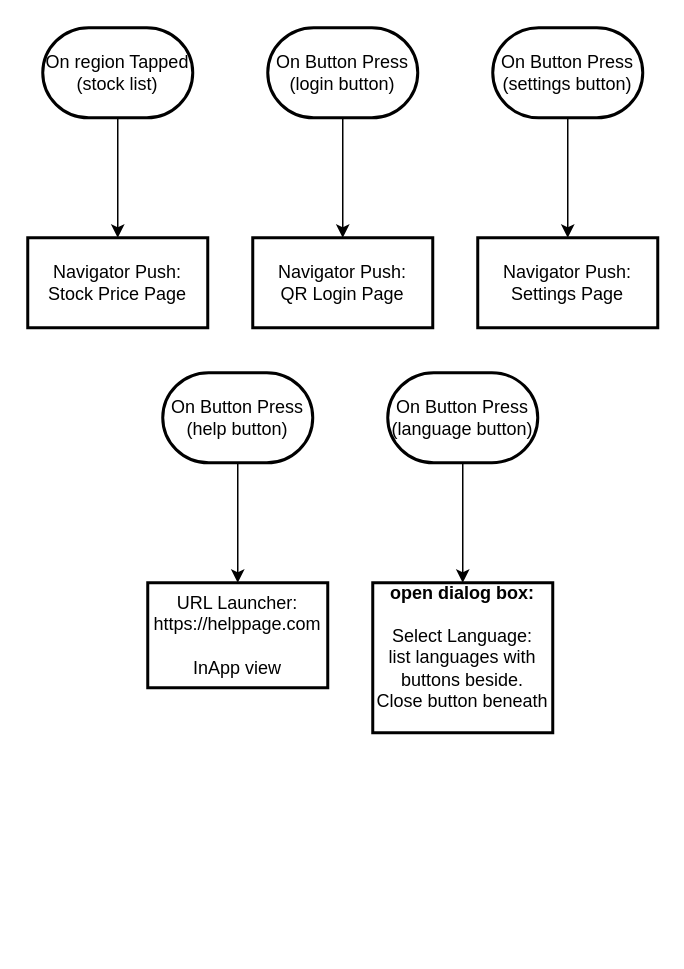
Above: standby-page-buttons-flowchart.drawio in 19MAsciamprener/compSci-NEA-repo (draw.io), before the change. Source tidied: cells renumbered, new cells numbered last; positions are measured from the earlier drawing's top-left corner, leaving out a move shared by most shapes. Both pictures are drawn from the tidied source at 150%, with x=0, y=0 at pixel (27, 27).
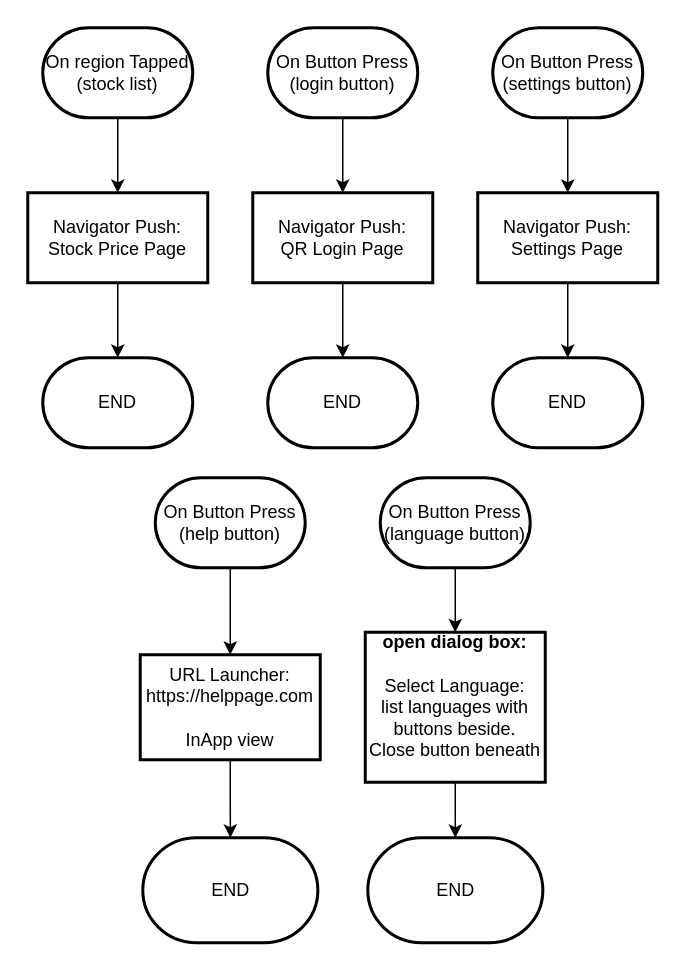
The same diagram, later.

Diff of the diagram source:
```diff
@@
     <mxCell id="4" value="Navigator Push:&lt;div&gt;Stock Price Page&lt;/div&gt;" style="whiteSpace=wrap;html=1;strokeWidth=2;" parent="1" vertex="1">
-      <mxGeometry y="140" width="120" height="60" as="geometry" />
+      <mxGeometry y="110" width="120" height="60" as="geometry" />
     </mxCell>
@@
     <mxCell id="7" value="Navigator Push:&lt;div&gt;QR Login Page&lt;/div&gt;" style="whiteSpace=wrap;html=1;strokeWidth=2;" parent="1" vertex="1">
-      <mxGeometry x="150" y="140" width="120" height="60" as="geometry" />
+      <mxGeometry x="150" y="110" width="120" height="60" as="geometry" />
     </mxCell>
@@
     <mxCell id="10" value="Navigator Push:&lt;div&gt;Settings Page&lt;/div&gt;" style="whiteSpace=wrap;html=1;strokeWidth=2;" parent="1" vertex="1">
-      <mxGeometry x="300" y="140" width="120" height="60" as="geometry" />
+      <mxGeometry x="300" y="110" width="120" height="60" as="geometry" />
     </mxCell>
@@
     <mxCell id="12" value="On Button Press&lt;br&gt;(help button)" style="strokeWidth=2;html=1;shape=mxgraph.flowchart.terminator;whiteSpace=wrap;" parent="1" vertex="1">
-      <mxGeometry x="90" y="230" width="100" height="60" as="geometry" />
+      <mxGeometry x="85" y="300" width="100" height="60" as="geometry" />
     </mxCell>
     <mxCell id="13" value="URL Launcher:&lt;div&gt;https://helppage.com&lt;br&gt;&lt;br&gt;InApp view&lt;/div&gt;" style="whiteSpace=wrap;html=1;strokeWidth=2;" parent="1" vertex="1">
-      <mxGeometry x="80" y="370" width="120" height="70" as="geometry" />
+      <mxGeometry x="75" y="418" width="120" height="70" as="geometry" />
     </mxCell>
@@
     <mxCell id="15" value="On Button Press&lt;br&gt;(language button)" style="strokeWidth=2;html=1;shape=mxgraph.flowchart.terminator;whiteSpace=wrap;" parent="1" vertex="1">
-      <mxGeometry x="240" y="230" width="100" height="60" as="geometry" />
+      <mxGeometry x="235" y="300" width="100" height="60" as="geometry" />
     </mxCell>
     <mxCell id="16" value="&lt;b&gt;open dialog box:&lt;br&gt;&lt;/b&gt;&lt;br&gt;Select Language:&lt;div&gt;list languages with buttons beside.&lt;br&gt;Close button beneath&lt;br&gt;&lt;div&gt;&lt;br&gt;&lt;/div&gt;&lt;/div&gt;" style="whiteSpace=wrap;html=1;strokeWidth=2;" parent="1" vertex="1">
-      <mxGeometry x="230" y="370" width="120" height="100" as="geometry" />
+      <mxGeometry x="225" y="403" width="120" height="100" as="geometry" />
     </mxCell>
+    <mxCell id="17" value="END" style="strokeWidth=2;html=1;shape=mxgraph.flowchart.terminator;whiteSpace=wrap;" parent="1" vertex="1">
+      <mxGeometry x="10" y="220" width="100" height="60" as="geometry" />
+    </mxCell>
+    <mxCell id="18" style="edgeStyle=orthogonalEdgeStyle;rounded=0;jettySize=auto;html=1;" parent="1" edge="1" source="4" target="17">
+      <mxGeometry relative="1" as="geometry" />
+    </mxCell>
+    <mxCell id="19" value="END" style="strokeWidth=2;html=1;shape=mxgraph.flowchart.terminator;whiteSpace=wrap;" parent="1" vertex="1">
+      <mxGeometry x="160" y="220" width="100" height="60" as="geometry" />
+    </mxCell>
+    <mxCell id="20" style="edgeStyle=orthogonalEdgeStyle;rounded=0;jettySize=auto;html=1;" parent="1" edge="1" source="7" target="19">
+      <mxGeometry relative="1" as="geometry" />
+    </mxCell>
+    <mxCell id="21" value="END" style="strokeWidth=2;html=1;shape=mxgraph.flowchart.terminator;whiteSpace=wrap;" parent="1" vertex="1">
+      <mxGeometry x="310" y="220" width="100" height="60" as="geometry" />
+    </mxCell>
+    <mxCell id="22" style="edgeStyle=orthogonalEdgeStyle;rounded=0;jettySize=auto;html=1;" parent="1" edge="1" source="10" target="21">
+      <mxGeometry relative="1" as="geometry" />
+    </mxCell>
+    <mxCell id="23" value="END" style="strokeWidth=2;html=1;shape=mxgraph.flowchart.terminator;whiteSpace=wrap;" parent="1" vertex="1">
+      <mxGeometry x="76.7" y="540" width="116.7" height="70" as="geometry" />
+    </mxCell>
+    <mxCell id="24" style="edgeStyle=orthogonalEdgeStyle;rounded=0;jettySize=auto;html=1;" parent="1" edge="1" source="13" target="23">
+      <mxGeometry relative="1" as="geometry" />
+    </mxCell>
+    <mxCell id="25" style="edgeStyle=orthogonalEdgeStyle;rounded=0;jettySize=auto;html=1;entryX=0.5;entryY=0;entryDx=0;entryDy=0;entryPerimeter=0;" parent="1" edge="1" source="16" target="26">
+      <mxGeometry relative="1" as="geometry" />
+    </mxCell>
+    <mxCell id="26" value="END" style="strokeWidth=2;html=1;shape=mxgraph.flowchart.terminator;whiteSpace=wrap;" parent="1" vertex="1">
+      <mxGeometry x="226.7" y="540" width="116.7" height="70" as="geometry" />
+    </mxCell>
```
